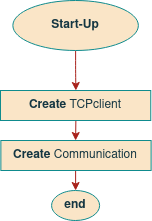
ESRGgroup9/slipad keeps this draw.io diagram as project/report/images/09sw_specification/bootGw.png. Above is the earlier version. Source tidied: cells renumbered, new cells last; positions are measured from the earlier drawing's top-left corner, leaving out a move shared by most shapes.
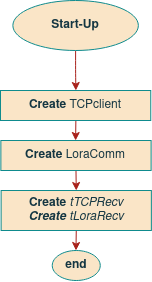
After the change.

Diff of the diagram source:
```diff
@@ -16,20 +16,25 @@
         <mxPoint x="75.1" y="140" as="targetPoint" />
       </mxGeometry>
     </mxCell>
-    <mxCell id="5" style="edgeStyle=orthogonalEdgeStyle;rounded=1;orthogonalLoop=1;jettySize=auto;html=1;exitX=0.5;exitY=1;exitDx=0;exitDy=0;entryX=0.5;entryY=0;entryDx=0;entryDy=0;fontSize=11;strokeColor=#A8201A;" parent="1" edge="1">
-      <mxGeometry relative="1" as="geometry">
-        <mxPoint x="75.1" y="170" as="sourcePoint" />
-        <mxPoint x="75.1" y="190" as="targetPoint" />
-      </mxGeometry>
-    </mxCell>
     <mxCell id="6" value="end" style="ellipse;whiteSpace=wrap;html=1;fillColor=#FAE5C7;strokeColor=#0F8B8D;fontColor=#143642;fontStyle=1;" parent="1" vertex="1">
-      <mxGeometry x="51.1" y="190" width="48" height="30" as="geometry" />
+      <mxGeometry x="51.8" y="250" width="48" height="30" as="geometry" />
     </mxCell>
+    <mxCell id="9" style="edgeStyle=orthogonalEdgeStyle;rounded=1;jettySize=auto;html=1;exitX=0.5;exitY=1;exitDx=0;exitDy=0;entryX=0.5;entryY=0;entryDx=0;entryDy=0;fontSize=10;strokeColor=#A8201A;" parent="1" edge="1" source="7" target="11">
+      <mxGeometry relative="1" as="geometry" />
+    </mxCell>
-    <mxCell id="7" value="&lt;b&gt;Create&lt;/b&gt; Communication" style="rounded=0;whiteSpace=wrap;html=1;sketch=0;fontColor=#143642;strokeColor=#0F8B8D;fillColor=#FAE5C7;" parent="1" vertex="1">
+    <mxCell id="7" value="&lt;b&gt;Create&lt;/b&gt; LoraComm" style="rounded=0;whiteSpace=wrap;html=1;sketch=0;fontColor=#143642;strokeColor=#0F8B8D;fillColor=#FAE5C7;" parent="1" vertex="1">
       <mxGeometry x="0.4" y="140" width="150.2" height="30" as="geometry" />
     </mxCell>
     <mxCell id="8" value="&lt;b&gt;Create&lt;/b&gt; TCPclient" style="rounded=0;whiteSpace=wrap;html=1;sketch=0;fontColor=#143642;strokeColor=#0F8B8D;fillColor=#FAE5C7;" parent="1" vertex="1">
       <mxGeometry y="90" width="150.2" height="30" as="geometry" />
     </mxCell>
+    <mxCell id="10" style="edgeStyle=orthogonalEdgeStyle;rounded=1;jettySize=auto;html=1;exitX=0.5;exitY=1;exitDx=0;exitDy=0;entryX=0.5;entryY=0;entryDx=0;entryDy=0;fontSize=10;strokeColor=#A8201A;" parent="1" edge="1" source="11">
+      <mxGeometry relative="1" as="geometry">
+        <mxPoint x="75.5" y="250" as="targetPoint" />
+      </mxGeometry>
+    </mxCell>
+    <mxCell id="11" value="&lt;div&gt;&lt;b&gt;Create&lt;/b&gt; &lt;i&gt;tTCPRecv&lt;/i&gt;&lt;/div&gt;&lt;div&gt;&lt;i&gt;&lt;b&gt;Create &lt;/b&gt;tLoraRecv&lt;br&gt;&lt;/i&gt;&lt;/div&gt;" style="rounded=0;whiteSpace=wrap;html=1;sketch=0;fontColor=#143642;strokeColor=#0F8B8D;fillColor=#FAE5C7;" parent="1" vertex="1">
+      <mxGeometry x="0.6" y="190" width="150.2" height="40" as="geometry" />
+    </mxCell>
   </root>
 </mxGraphModel>
```
